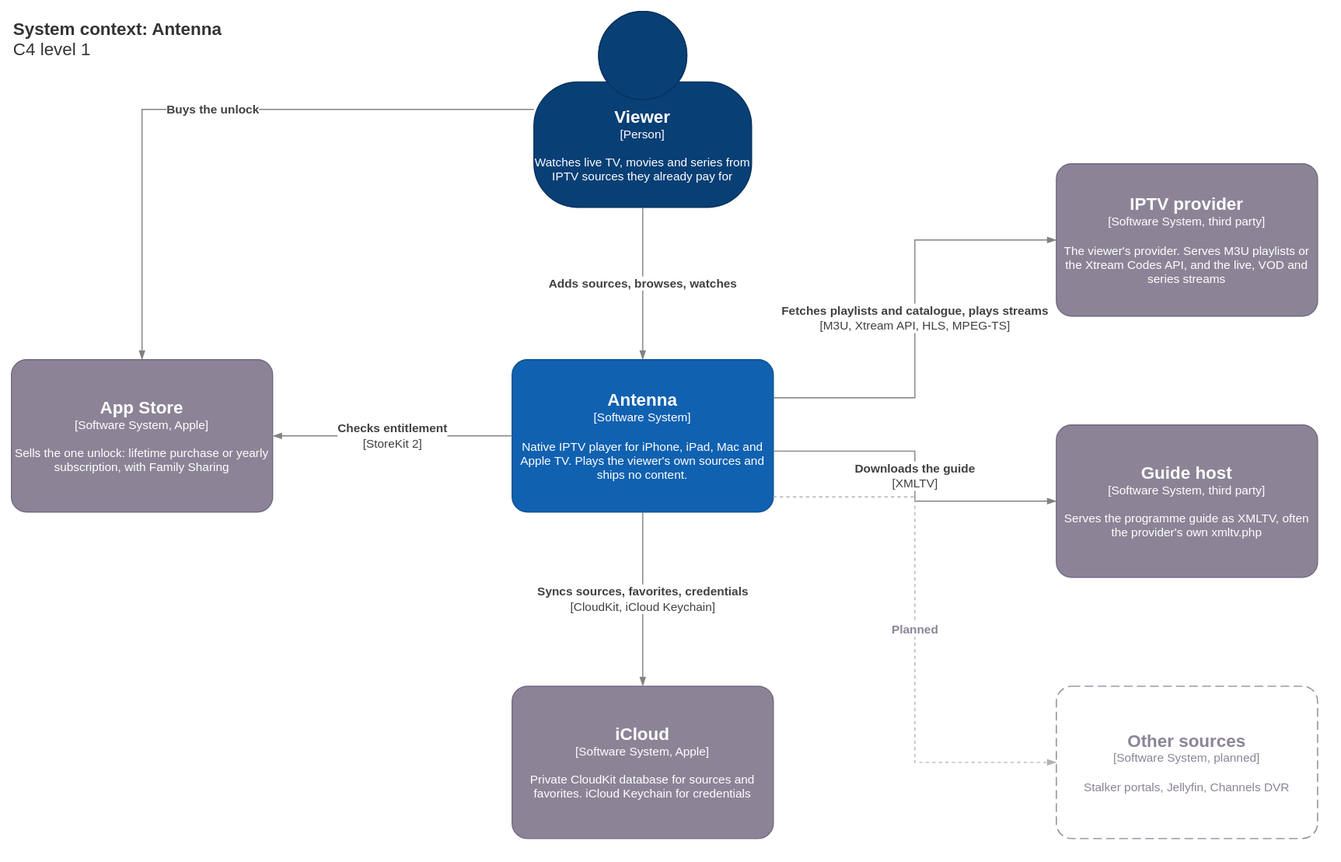
Above: docs/architecture/c4-context.drawio.svg in OlofLoov/antenna (draw.io), before the change. Source tidied: cells renumbered, new cells last; positions are measured from the earlier drawing's top-left corner, leaving out a move shared by most shapes. Its diagram source:
```xml
<mxGraphModel background="#ffffff">
  <root>
    <mxCell id="0" />
    <mxCell id="1" parent="0" />
    <mxCell id="2" value="&lt;b&gt;System context: Antenna&lt;/b&gt;&lt;div&gt;C4 level 1&lt;/div&gt;" style="text;html=1;align=left;verticalAlign=top;fontSize=16;fontColor=#333333;" parent="1" vertex="1">
      <mxGeometry width="300" height="50" as="geometry" />
    </mxCell>
    <mxCell id="3" value="&lt;font style='font-size:16px'&gt;&lt;b&gt;Viewer&lt;/b&gt;&lt;/font&gt;&lt;div&gt;[Person]&lt;/div&gt;&lt;br&gt;&lt;div&gt;Watches live TV, movies and series from IPTV sources they already pay for&lt;/div&gt;" style="html=1;fontSize=11;dashed=0;whiteSpace=wrap;fillColor=#083F75;strokeColor=#06315C;fontColor=#ffffff;shape=mxgraph.c4.person2;align=center;points=[[0.5,0,0],[1,0.5,0],[1,0.75,0],[0.75,1,0],[0.5,1,0],[0.25,1,0],[0,0.75,0],[0,0.5,0]];" parent="1" vertex="1">
      <mxGeometry x="480" width="200" height="180" as="geometry" />
    </mxCell>
    <mxCell id="4" value="&lt;font style='font-size:16px'&gt;&lt;b&gt;Antenna&lt;/b&gt;&lt;/font&gt;&lt;div&gt;[Software System]&lt;/div&gt;&lt;br&gt;&lt;div&gt;Native IPTV player for iPhone, iPad, Mac and Apple TV. Plays the viewer's own sources and ships no content.&lt;/div&gt;" style="rounded=1;whiteSpace=wrap;html=1;labelBackgroundColor=none;fillColor=#1061B0;fontColor=#ffffff;align=center;arcSize=10;strokeColor=#0D5091;fontSize=11;" parent="1" vertex="1">
      <mxGeometry x="460" y="320" width="240" height="140" as="geometry" />
    </mxCell>
    <mxCell id="5" value="&lt;font style='font-size:16px'&gt;&lt;b&gt;App Store&lt;/b&gt;&lt;/font&gt;&lt;div&gt;[Software System, Apple]&lt;/div&gt;&lt;br&gt;&lt;div&gt;Sells the one unlock: lifetime purchase or yearly subscription, with Family Sharing&lt;/div&gt;" style="rounded=1;whiteSpace=wrap;html=1;labelBackgroundColor=none;fillColor=#8C8496;fontColor=#ffffff;align=center;arcSize=10;strokeColor=#736782;fontSize=11;" parent="1" vertex="1">
      <mxGeometry y="320" width="240" height="140" as="geometry" />
    </mxCell>
    <mxCell id="6" value="&lt;font style='font-size:16px'&gt;&lt;b&gt;iCloud&lt;/b&gt;&lt;/font&gt;&lt;div&gt;[Software System, Apple]&lt;/div&gt;&lt;br&gt;&lt;div&gt;Private CloudKit database for sources and favorites. iCloud Keychain for credentials&lt;/div&gt;" style="rounded=1;whiteSpace=wrap;html=1;labelBackgroundColor=none;fillColor=#8C8496;fontColor=#ffffff;align=center;arcSize=10;strokeColor=#736782;fontSize=11;" parent="1" vertex="1">
      <mxGeometry x="460" y="620" width="240" height="140" as="geometry" />
    </mxCell>
    <mxCell id="7" value="&lt;font style='font-size:16px'&gt;&lt;b&gt;IPTV provider&lt;/b&gt;&lt;/font&gt;&lt;div&gt;[Software System, third party]&lt;/div&gt;&lt;br&gt;&lt;div&gt;The viewer's provider. Serves M3U playlists or the Xtream Codes API, and the live, VOD and series streams&lt;/div&gt;" style="rounded=1;whiteSpace=wrap;html=1;labelBackgroundColor=none;fillColor=#8C8496;fontColor=#ffffff;align=center;arcSize=10;strokeColor=#736782;fontSize=11;" parent="1" vertex="1">
      <mxGeometry x="960" y="140" width="240" height="140" as="geometry" />
    </mxCell>
    <mxCell id="8" value="&lt;font style='font-size:16px'&gt;&lt;b&gt;Guide host&lt;/b&gt;&lt;/font&gt;&lt;div&gt;[Software System, third party]&lt;/div&gt;&lt;br&gt;&lt;div&gt;Serves the programme guide as XMLTV, often the provider's own xmltv.php&lt;/div&gt;" style="rounded=1;whiteSpace=wrap;html=1;labelBackgroundColor=none;fillColor=#8C8496;fontColor=#ffffff;align=center;arcSize=10;strokeColor=#736782;fontSize=11;" parent="1" vertex="1">
      <mxGeometry x="960" y="380" width="240" height="140" as="geometry" />
    </mxCell>
    <mxCell id="9" value="&lt;font style='font-size:16px'&gt;&lt;b&gt;Other sources&lt;/b&gt;&lt;/font&gt;&lt;div&gt;[Software System, planned]&lt;/div&gt;&lt;br&gt;&lt;div&gt;Stalker portals, Jellyfin, Channels DVR&lt;/div&gt;" style="rounded=1;whiteSpace=wrap;html=1;labelBackgroundColor=none;fillColor=#ffffff;fontColor=#8C8496;align=center;arcSize=10;strokeColor=#8C8496;dashed=1;dashPattern=8 4;fontSize=11;" parent="1" vertex="1">
      <mxGeometry x="960" y="620" width="240" height="140" as="geometry" />
    </mxCell>
    <mxCell id="10" value="&lt;b&gt;Adds sources, browses, watches&lt;/b&gt;" style="endArrow=blockThin;html=1;fontSize=11;fontColor=#404040;endFill=1;strokeColor=#828282;edgeStyle=orthogonalEdgeStyle;rounded=0;labelBackgroundColor=#ffffff;" parent="1" edge="1" source="3" target="4">
      <mxGeometry relative="1" as="geometry" />
    </mxCell>
    <mxCell id="11" value="&lt;b&gt;Buys the unlock&lt;/b&gt;" style="endArrow=blockThin;html=1;fontSize=11;fontColor=#404040;endFill=1;strokeColor=#828282;edgeStyle=orthogonalEdgeStyle;rounded=0;labelBackgroundColor=#ffffff;exitX=0;exitY=0.5;entryX=0.5;entryY=0;" parent="1" edge="1" source="3" target="5">
      <mxGeometry relative="1" as="geometry" />
    </mxCell>
    <mxCell id="12" value="&lt;b&gt;Checks entitlement&lt;/b&gt;&lt;div&gt;[StoreKit 2]&lt;/div&gt;" style="endArrow=blockThin;html=1;fontSize=11;fontColor=#404040;endFill=1;strokeColor=#828282;edgeStyle=orthogonalEdgeStyle;rounded=0;labelBackgroundColor=#ffffff;" parent="1" edge="1" source="4" target="5">
      <mxGeometry relative="1" as="geometry" />
    </mxCell>
    <mxCell id="13" value="&lt;b&gt;Fetches playlists and catalogue, plays streams&lt;/b&gt;&lt;div&gt;[M3U, Xtream API, HLS, MPEG-TS]&lt;/div&gt;" style="endArrow=blockThin;html=1;fontSize=11;fontColor=#404040;endFill=1;strokeColor=#828282;edgeStyle=orthogonalEdgeStyle;rounded=0;labelBackgroundColor=#ffffff;exitX=1;exitY=0.25;entryX=0;entryY=0.5;" parent="1" edge="1" source="4" target="7">
      <mxGeometry relative="1" as="geometry" />
    </mxCell>
    <mxCell id="14" value="&lt;b&gt;Downloads the guide&lt;/b&gt;&lt;div&gt;[XMLTV]&lt;/div&gt;" style="endArrow=blockThin;html=1;fontSize=11;fontColor=#404040;endFill=1;strokeColor=#828282;edgeStyle=orthogonalEdgeStyle;rounded=0;labelBackgroundColor=#ffffff;exitX=1;exitY=0.6;entryX=0;entryY=0.5;" parent="1" edge="1" source="4" target="8">
      <mxGeometry relative="1" as="geometry" />
    </mxCell>
    <mxCell id="15" value="&lt;b&gt;Syncs sources, favorites, credentials&lt;/b&gt;&lt;div&gt;[CloudKit, iCloud Keychain]&lt;/div&gt;" style="endArrow=blockThin;html=1;fontSize=11;fontColor=#404040;endFill=1;strokeColor=#828282;edgeStyle=orthogonalEdgeStyle;rounded=0;labelBackgroundColor=#ffffff;" parent="1" edge="1" source="4" target="6">
      <mxGeometry relative="1" as="geometry" />
    </mxCell>
    <mxCell id="16" value="&lt;b&gt;Planned&lt;/b&gt;" style="endArrow=blockThin;html=1;fontSize=11;fontColor=#8C8496;endFill=1;strokeColor=#B3B3B3;dashed=1;edgeStyle=orthogonalEdgeStyle;rounded=0;labelBackgroundColor=#ffffff;exitX=1;exitY=0.9;entryX=0;entryY=0.5;" parent="1" edge="1" source="4" target="9">
      <mxGeometry relative="1" as="geometry" />
    </mxCell>
  </root>
</mxGraphModel>
```
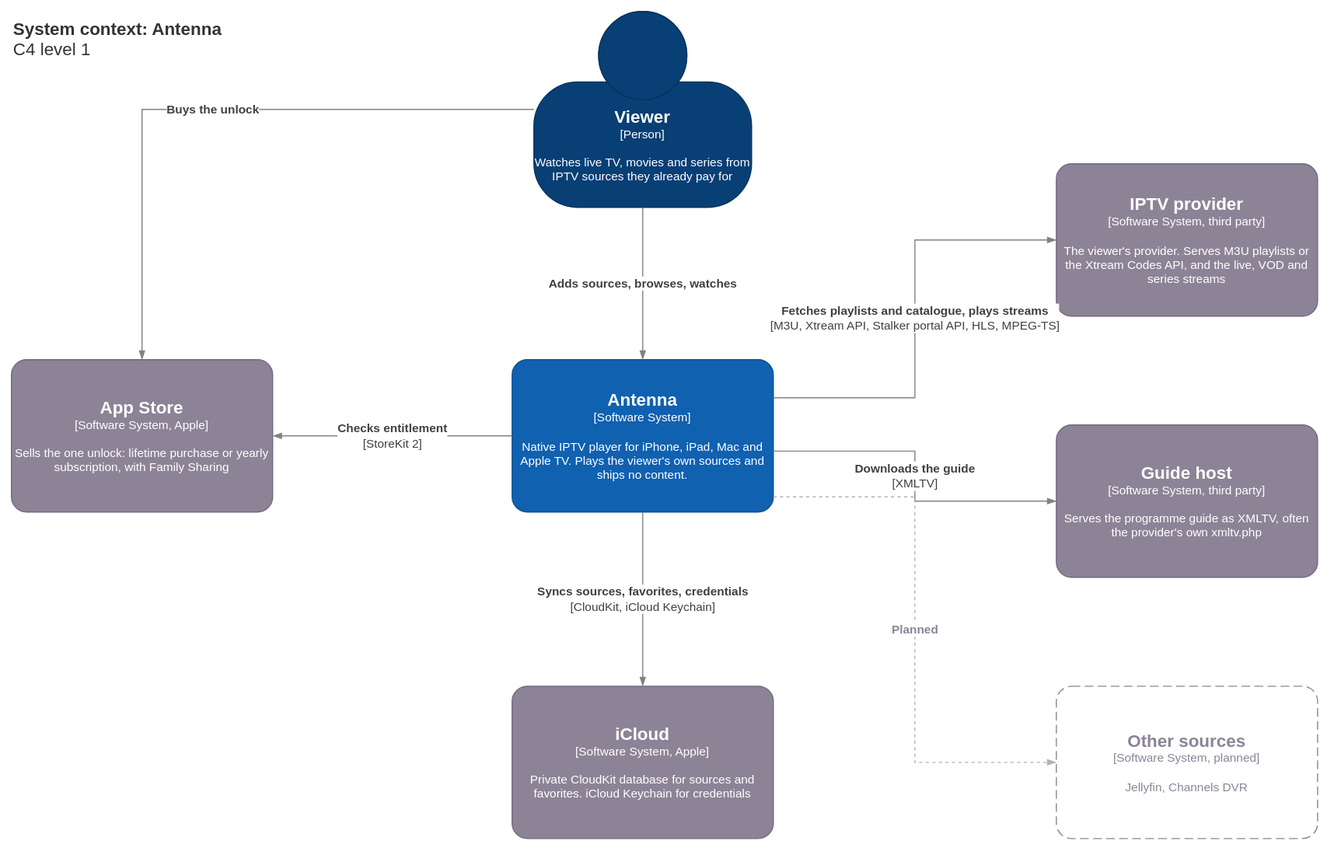
The same file after the commit.

What changed in the source:
```diff
@@ -23,7 +23,7 @@
     <mxCell id="8" value="&lt;font style='font-size:16px'&gt;&lt;b&gt;Guide host&lt;/b&gt;&lt;/font&gt;&lt;div&gt;[Software System, third party]&lt;/div&gt;&lt;br&gt;&lt;div&gt;Serves the programme guide as XMLTV, often the provider's own xmltv.php&lt;/div&gt;" style="rounded=1;whiteSpace=wrap;html=1;labelBackgroundColor=none;fillColor=#8C8496;fontColor=#ffffff;align=center;arcSize=10;strokeColor=#736782;fontSize=11;" parent="1" vertex="1">
       <mxGeometry x="960" y="380" width="240" height="140" as="geometry" />
     </mxCell>
-    <mxCell id="9" value="&lt;font style='font-size:16px'&gt;&lt;b&gt;Other sources&lt;/b&gt;&lt;/font&gt;&lt;div&gt;[Software System, planned]&lt;/div&gt;&lt;br&gt;&lt;div&gt;Stalker portals, Jellyfin, Channels DVR&lt;/div&gt;" style="rounded=1;whiteSpace=wrap;html=1;labelBackgroundColor=none;fillColor=#ffffff;fontColor=#8C8496;align=center;arcSize=10;strokeColor=#8C8496;dashed=1;dashPattern=8 4;fontSize=11;" parent="1" vertex="1">
+    <mxCell id="9" value="&lt;font style='font-size:16px'&gt;&lt;b&gt;Other sources&lt;/b&gt;&lt;/font&gt;&lt;div&gt;[Software System, planned]&lt;/div&gt;&lt;br&gt;&lt;div&gt;Jellyfin, Channels DVR&lt;/div&gt;" style="rounded=1;whiteSpace=wrap;html=1;labelBackgroundColor=none;fillColor=#ffffff;fontColor=#8C8496;align=center;arcSize=10;strokeColor=#8C8496;dashed=1;dashPattern=8 4;fontSize=11;" parent="1" vertex="1">
       <mxGeometry x="960" y="620" width="240" height="140" as="geometry" />
     </mxCell>
     <mxCell id="10" value="&lt;b&gt;Adds sources, browses, watches&lt;/b&gt;" style="endArrow=blockThin;html=1;fontSize=11;fontColor=#404040;endFill=1;strokeColor=#828282;edgeStyle=orthogonalEdgeStyle;rounded=0;labelBackgroundColor=#ffffff;" parent="1" edge="1" source="3" target="4">
@@ -35,7 +35,7 @@
     <mxCell id="12" value="&lt;b&gt;Checks entitlement&lt;/b&gt;&lt;div&gt;[StoreKit 2]&lt;/div&gt;" style="endArrow=blockThin;html=1;fontSize=11;fontColor=#404040;endFill=1;strokeColor=#828282;edgeStyle=orthogonalEdgeStyle;rounded=0;labelBackgroundColor=#ffffff;" parent="1" edge="1" source="4" target="5">
       <mxGeometry relative="1" as="geometry" />
     </mxCell>
-    <mxCell id="13" value="&lt;b&gt;Fetches playlists and catalogue, plays streams&lt;/b&gt;&lt;div&gt;[M3U, Xtream API, HLS, MPEG-TS]&lt;/div&gt;" style="endArrow=blockThin;html=1;fontSize=11;fontColor=#404040;endFill=1;strokeColor=#828282;edgeStyle=orthogonalEdgeStyle;rounded=0;labelBackgroundColor=#ffffff;exitX=1;exitY=0.25;entryX=0;entryY=0.5;" parent="1" edge="1" source="4" target="7">
+    <mxCell id="13" value="&lt;b&gt;Fetches playlists and catalogue, plays streams&lt;/b&gt;&lt;div&gt;[M3U, Xtream API, Stalker portal API, HLS, MPEG-TS]&lt;/div&gt;" style="endArrow=blockThin;html=1;fontSize=11;fontColor=#404040;endFill=1;strokeColor=#828282;edgeStyle=orthogonalEdgeStyle;rounded=0;labelBackgroundColor=#ffffff;exitX=1;exitY=0.25;entryX=0;entryY=0.5;" parent="1" edge="1" source="4" target="7">
       <mxGeometry relative="1" as="geometry" />
     </mxCell>
     <mxCell id="14" value="&lt;b&gt;Downloads the guide&lt;/b&gt;&lt;div&gt;[XMLTV]&lt;/div&gt;" style="endArrow=blockThin;html=1;fontSize=11;fontColor=#404040;endFill=1;strokeColor=#828282;edgeStyle=orthogonalEdgeStyle;rounded=0;labelBackgroundColor=#ffffff;exitX=1;exitY=0.6;entryX=0;entryY=0.5;" parent="1" edge="1" source="4" target="8">
```
